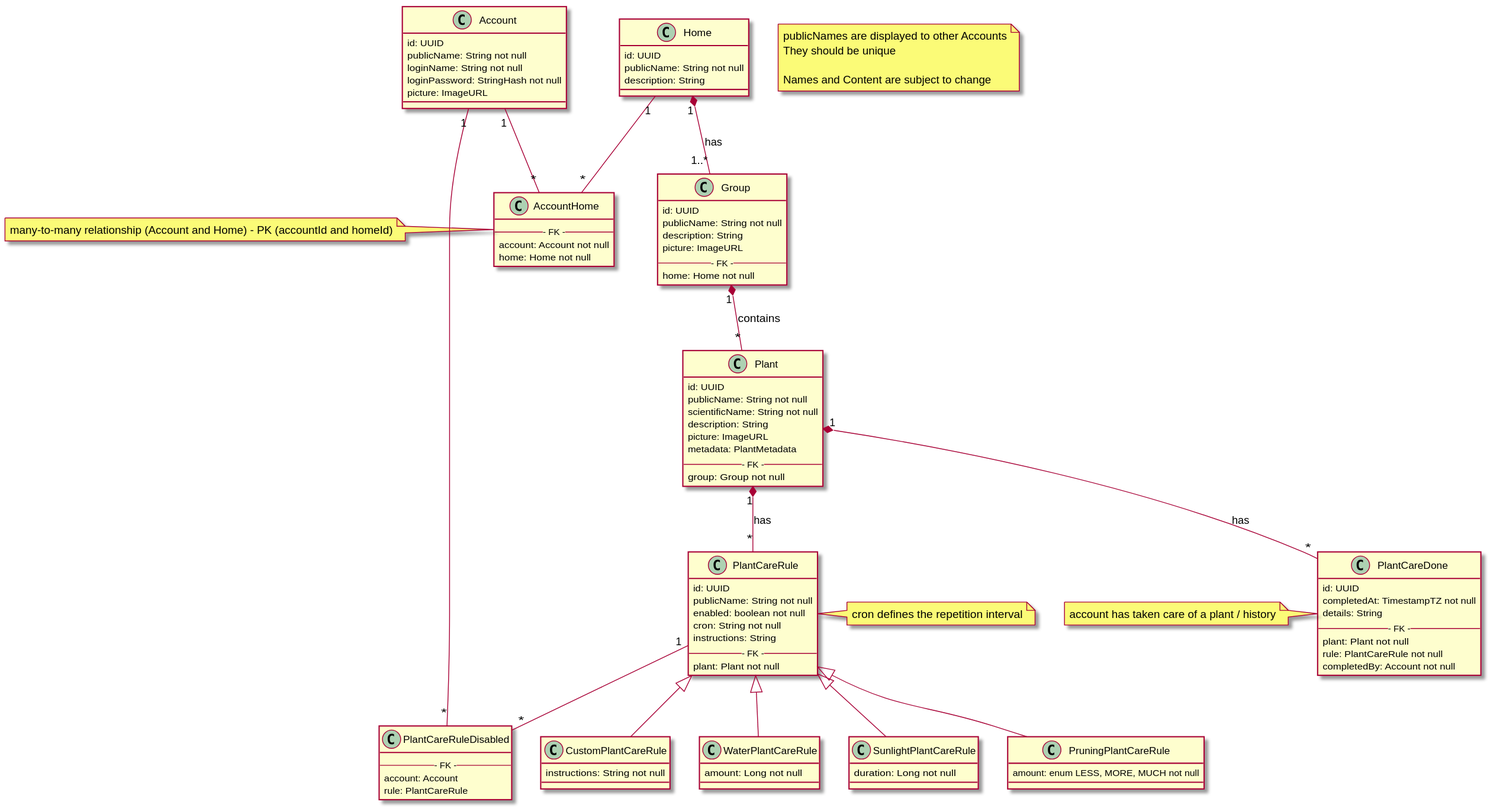
Above: docs/ERM.svg in DaniyarSabirov/powerplants (PlantUML), before the change.
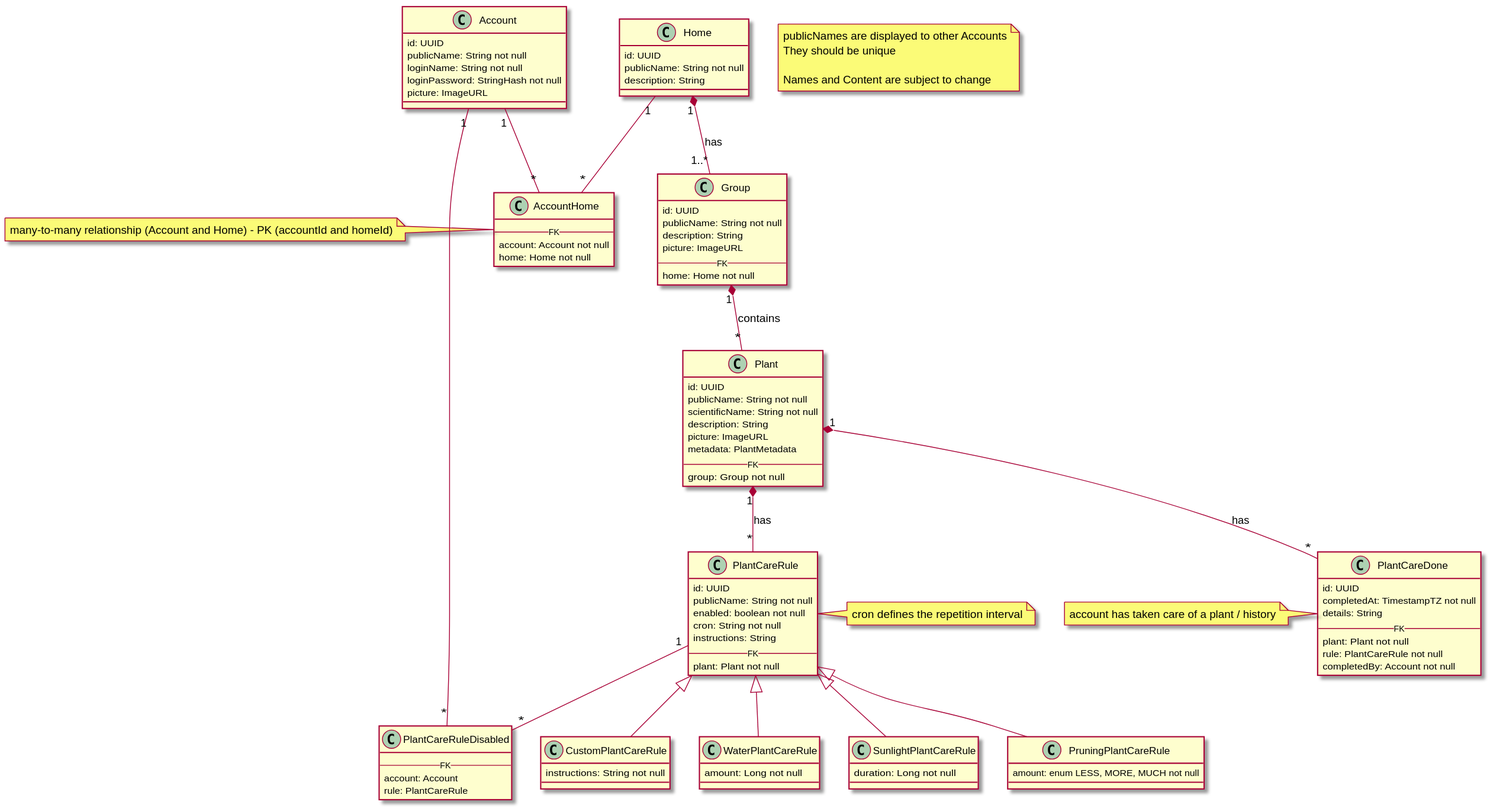
The same diagram one commit later.

What changed in the source:
```diff
@@ -21,7 +21,7 @@
 }
 
 class AccountHome {
-  --- FK ---
+  -- FK --
   account: Account not null
   home: Home not null
 }
@@ -32,7 +32,7 @@
   publicName: String not null
   description: String
   picture: ImageURL
-  --- FK ---
+  -- FK --
   home: Home not null
 }
 
@@ -43,7 +43,7 @@
   description: String
   picture: ImageURL
   metadata: PlantMetadata
-  --- FK ---
+  -- FK --
   group: Group not null
 }
 
@@ -51,7 +51,7 @@
   id: UUID
   completedAt: TimestampTZ not null
   details: String
-  --- FK ---
+  -- FK --
   plant: Plant not null
   rule: PlantCareRule not null
   completedBy: Account not null
@@ -64,7 +64,7 @@
   enabled: boolean not null
   cron: String not null
   instructions: String
-  --- FK ---
+  -- FK --
   plant: Plant not null
 }
 note right: cron defines the repetition interval
@@ -86,7 +86,7 @@
 }
 
 class PlantCareRuleDisabled {
-  --- FK ---
+  -- FK --
   account: Account
   rule: PlantCareRule
 }
```
